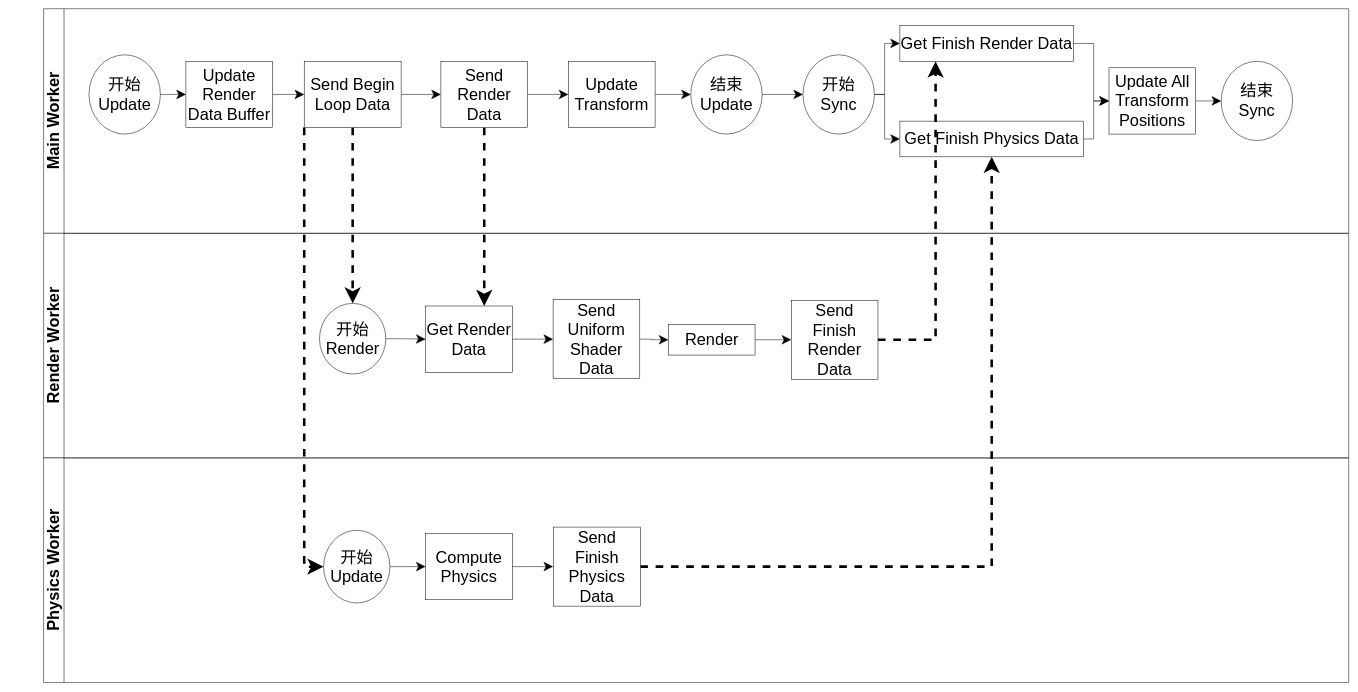
The draw.io diagram packages/多线程模式/story_improve/主循环（一帧）流程图.drawio in yyc-git/3DProgramPattern, before the edit. Source tidied: cells renumbered, new cells numbered last; positions are measured from the earlier drawing's top-left corner, leaving out a move shared by most shapes. Both pictures are drawn from the tidied source at 51%, with x=0, y=0 at pixel (12, 9).
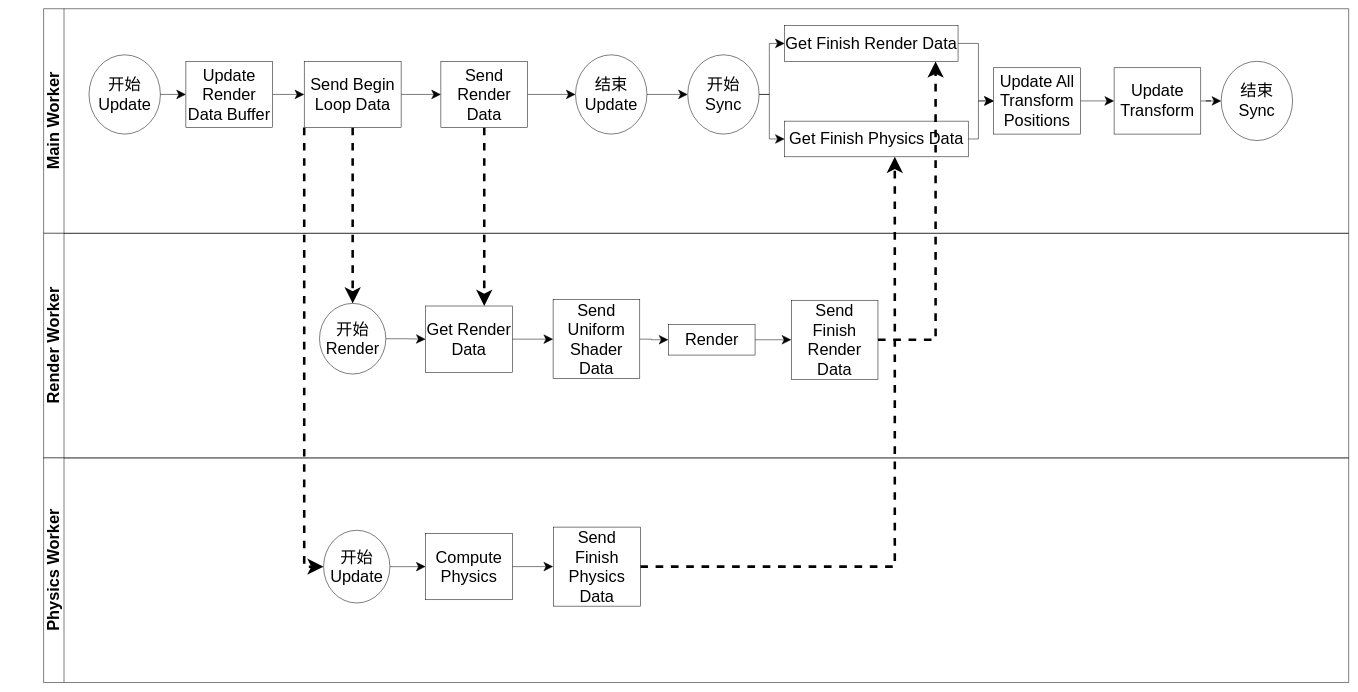
The same diagram, later.

Unchanged cells that the change refers to:
```xml
<mxCell id="17" value="Send Render Data" style="whiteSpace=wrap;html=1;fontSize=32;" parent="1" vertex="1">
  <mxGeometry x="840" y="102.7" width="170" height="130" as="geometry" />
</mxCell>
<mxCell id="29" value="结束&lt;br&gt;Sync" style="ellipse;whiteSpace=wrap;html=1;fontSize=32;" parent="1" vertex="1">
  <mxGeometry x="2370" y="102.7" width="140" height="155.4" as="geometry" />
</mxCell>
<mxCell id="44" value="Send Finish Physics Data" style="whiteSpace=wrap;html=1;fontSize=32;" parent="1" vertex="1">
  <mxGeometry x="1061" y="1016" width="170" height="155" as="geometry" />
</mxCell>
```

Diff of the diagram source:
```diff
@@
-    <mxCell id="15" style="edgeStyle=orthogonalEdgeStyle;rounded=0;jettySize=auto;html=1;endSize=16;startSize=16;" parent="1" edge="1" source="17" target="19">
-      <mxGeometry relative="1" as="geometry" />
-    </mxCell>
@@
+    <mxCell id="48" style="edgeStyle=orthogonalEdgeStyle;rounded=0;jettySize=auto;html=1;entryX=0;entryY=0.5;entryDx=0;entryDy=0;startSize=16;endSize=16;" parent="1" edge="1" source="17" target="21">
+      <mxGeometry relative="1" as="geometry" />
+    </mxCell>
@@
-    <mxCell id="18" style="edgeStyle=orthogonalEdgeStyle;rounded=0;jettySize=auto;html=1;entryX=0;entryY=0.5;entryDx=0;entryDy=0;startSize=16;endSize=16;" parent="1" edge="1" source="19" target="21">
-      <mxGeometry relative="1" as="geometry" />
-    </mxCell>
+    <mxCell id="49" style="edgeStyle=orthogonalEdgeStyle;rounded=0;jettySize=auto;html=1;startSize=16;endSize=16;" parent="1" edge="1" source="19" target="29">
+      <mxGeometry relative="1" as="geometry" />
+    </mxCell>
     <mxCell id="19" value="Update Transform" style="whiteSpace=wrap;html=1;fontSize=32;" parent="1" vertex="1">
-      <mxGeometry x="1090" y="102.7" width="170" height="130" as="geometry" />
+      <mxGeometry x="2160" y="115.4" width="170" height="130" as="geometry" />
     </mxCell>
@@
     <mxCell id="21" value="结束&lt;br&gt;Update" style="ellipse;whiteSpace=wrap;html=1;fontSize=32;" parent="1" vertex="1">
-      <mxGeometry x="1330" y="90" width="140" height="155.4" as="geometry" />
+      <mxGeometry x="1104" y="90" width="140" height="155.4" as="geometry" />
     </mxCell>
@@
     <mxCell id="24" value="开始&lt;br&gt;Sync" style="ellipse;whiteSpace=wrap;html=1;fontSize=32;" parent="1" vertex="1">
-      <mxGeometry x="1550" y="90" width="140" height="155.4" as="geometry" />
+      <mxGeometry x="1324" y="90" width="140" height="155.4" as="geometry" />
     </mxCell>
     <mxCell id="25" style="edgeStyle=orthogonalEdgeStyle;rounded=0;jettySize=auto;html=1;entryX=0;entryY=0.5;entryDx=0;entryDy=0;startSize=16;endSize=16;strokeWidth=1;" parent="1" edge="1" source="26" target="28">
       <mxGeometry relative="1" as="geometry">
         <Array as="points">
-          <mxPoint x="2120" y="68" />
-          <mxPoint x="2120" y="180" />
+          <mxPoint x="1894" y="68" />
+          <mxPoint x="1894" y="180" />
         </Array>
       </mxGeometry>
     </mxCell>
     <mxCell id="26" value="Get Finish Render Data" style="whiteSpace=wrap;html=1;fontSize=32;" parent="1" vertex="1">
-      <mxGeometry x="1740" y="32.7" width="340" height="70" as="geometry" />
+      <mxGeometry x="1514" y="32.7" width="340" height="70" as="geometry" />
     </mxCell>
-    <mxCell id="27" style="edgeStyle=orthogonalEdgeStyle;rounded=0;jettySize=auto;html=1;startSize=16;endSize=16;strokeWidth=1;" parent="1" edge="1" source="28" target="29">
-      <mxGeometry relative="1" as="geometry" />
-    </mxCell>
+    <mxCell id="50" style="edgeStyle=orthogonalEdgeStyle;rounded=0;jettySize=auto;html=1;entryX=0;entryY=0.5;entryDx=0;entryDy=0;endSize=16;startSize=16;" parent="1" edge="1" source="28" target="19">
+      <mxGeometry relative="1" as="geometry" />
+    </mxCell>
     <mxCell id="28" value="Update All Transform Positions" style="whiteSpace=wrap;html=1;fontSize=32;" parent="1" vertex="1">
-      <mxGeometry x="2150" y="115.4" width="170" height="130" as="geometry" />
+      <mxGeometry x="1924" y="115.4" width="170" height="130" as="geometry" />
     </mxCell>
@@
-    <mxCell id="43" style="edgeStyle=orthogonalEdgeStyle;rounded=0;jettySize=auto;html=1;entryX=0.5;entryY=1;entryDx=0;entryDy=0;dashed=1;startSize=16;endSize=16;strokeWidth=5;" parent="1" edge="1" source="44" target="46">
-      <mxGeometry relative="1" as="geometry" />
+    <mxCell id="43" style="edgeStyle=orthogonalEdgeStyle;rounded=0;jettySize=auto;html=1;dashed=1;startSize=16;endSize=16;strokeWidth=5;" parent="1" edge="1" source="44">
+      <mxGeometry relative="1" as="geometry">
+        <mxPoint x="1730" y="290" as="targetPoint" />
+        <Array as="points">
+          <mxPoint x="1730" y="1094" />
+          <mxPoint x="1730" y="290" />
+        </Array>
+      </mxGeometry>
     </mxCell>
@@
     <mxCell id="46" value="Get Finish Physics Data" style="whiteSpace=wrap;html=1;fontSize=32;" parent="1" vertex="1">
-      <mxGeometry x="1740" y="220" width="360" height="70" as="geometry" />
+      <mxGeometry x="1514" y="220" width="360" height="70" as="geometry" />
     </mxCell>
```
